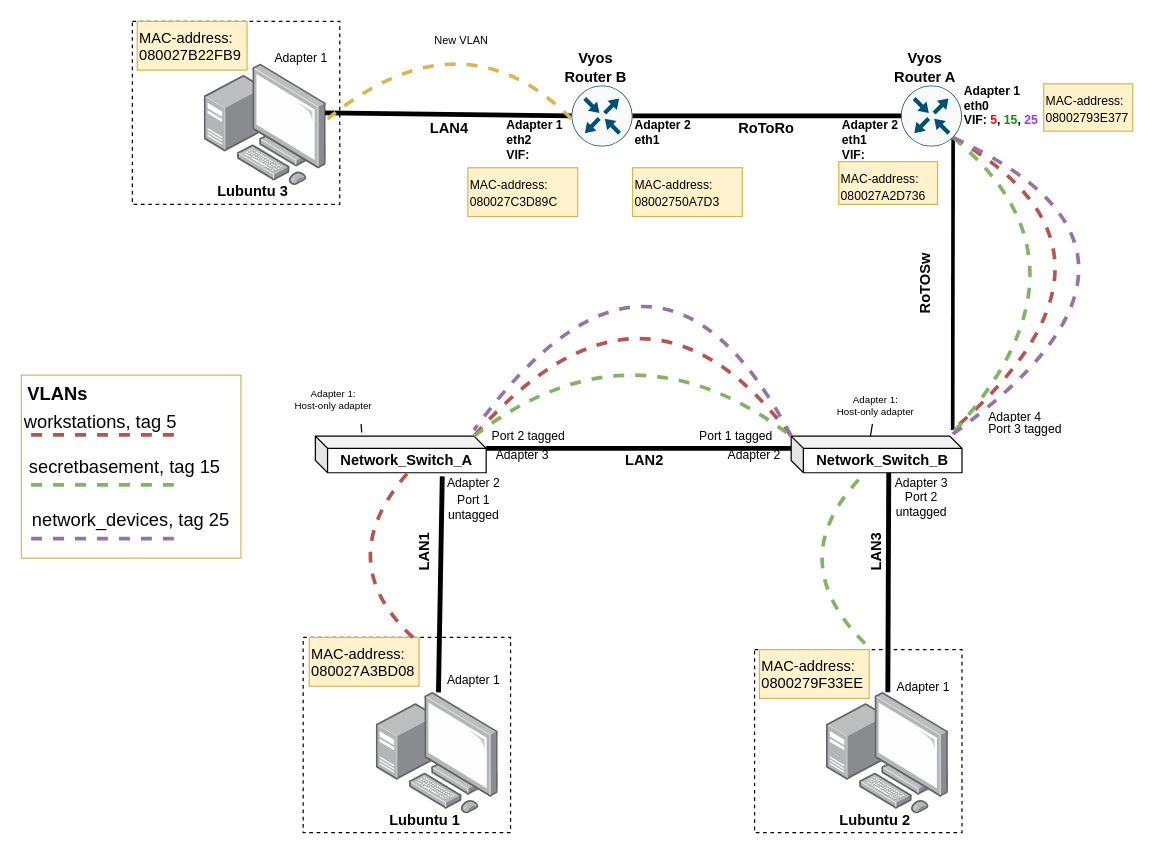
Earlier version of the draw.io diagram page "Physical Topology" (1 of 3) of documentation/E05/E05NetworkCharts.drawio (Kjersheim/DataNetworksIntro2023). Source tidied: cells renumbered, new cells numbered last; positions are measured from the earlier drawing's top-left corner, leaving out a move shared by most shapes. Both pictures are drawn from the tidied source at 122%, with x=0, y=0 at pixel (21, 9).
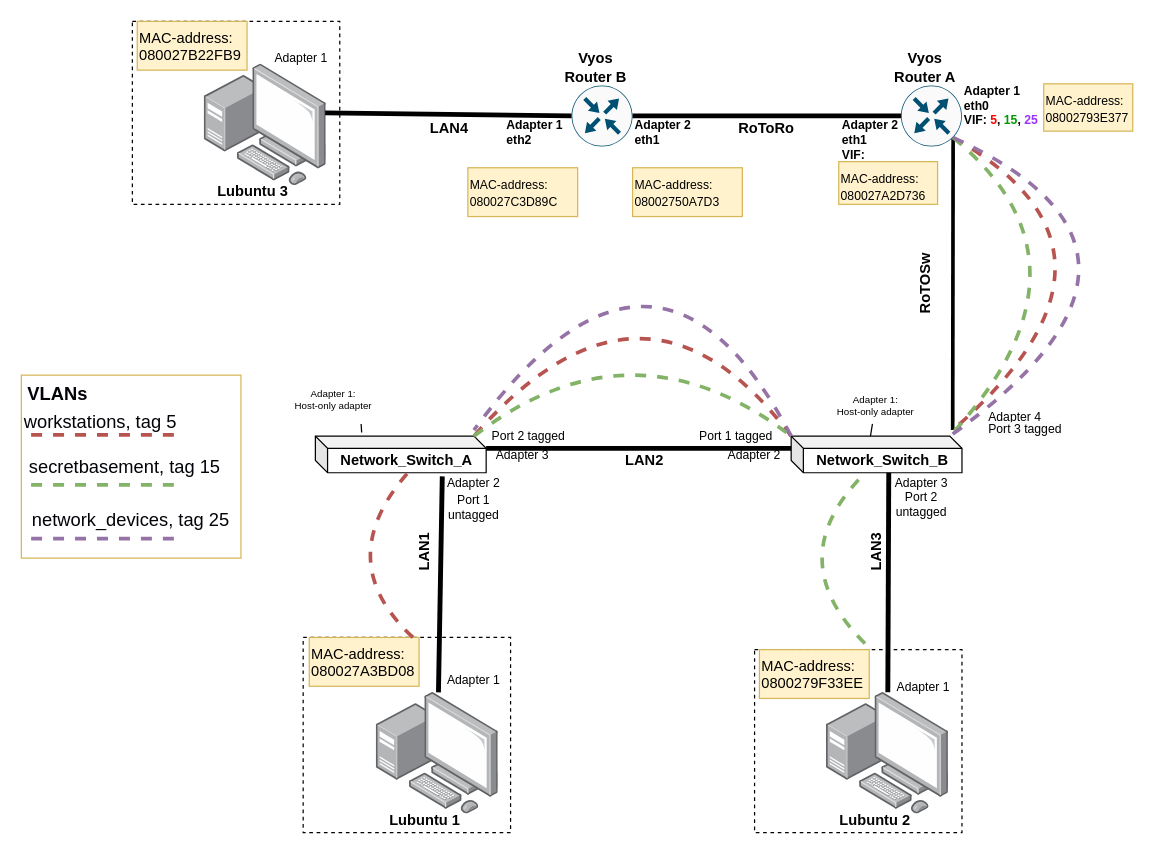
Above is the later version.

Unchanged cells that the change refers to:
```xml
<mxCell id="57" style="points=[];html=1;align=center;shadow=0;dashed=0;image;image=img/lib/allied_telesis/computer_and_terminals/Personal_Computer_with_Server.svg;" parent="1" vertex="1">
  <mxGeometry x="150" y="45" width="100" height="100" as="geometry" />
</mxCell>
```

The edit, as a diff of the source:
```diff
@@
-    <mxCell id="63" value="Adapter 1&lt;br&gt;eth2&lt;br&gt;VIF:" style="text;strokeColor=none;align=left;fillColor=none;html=1;verticalAlign=top;whiteSpace=wrap;rounded=0;rotation=0;fontStyle=1;fontSize=10;" parent="1" vertex="1">
+    <mxCell id="63" value="Adapter 1&lt;br&gt;eth2&lt;br&gt;" style="text;strokeColor=none;align=left;fillColor=none;html=1;verticalAlign=top;whiteSpace=wrap;rounded=0;rotation=0;fontStyle=1;fontSize=10;" parent="1" vertex="1">
       <mxGeometry x="396" y="82.5" width="70" height="52.5" as="geometry" />
     </mxCell>
@@
-    <mxCell id="71" style="endArrow=none;html=1;strokeWidth=3;fillColor=#fff2cc;strokeColor=#d6b656;dashed=1;curved=1;entryX=1.01;entryY=0.45;entryDx=0;entryDy=0;entryPerimeter=0;" parent="1" edge="1" target="57">
-      <mxGeometry x="-0.71" y="-66" relative="1" as="geometry">
-        <mxPoint x="451" y="90" as="sourcePoint" />
-        <Array as="points">
-          <mxPoint x="361" />
-        </Array>
-      </mxGeometry>
-    </mxCell>
-    <mxCell id="72" value="&lt;font style=&quot;font-size: 9px;&quot;&gt;New VLAN&lt;/font&gt;" style="text;strokeColor=none;align=center;fillColor=none;html=1;verticalAlign=middle;whiteSpace=wrap;rounded=0;" parent="1" vertex="1">
-      <mxGeometry x="291" y="10" width="140" height="30" as="geometry" />
-    </mxCell>
```
